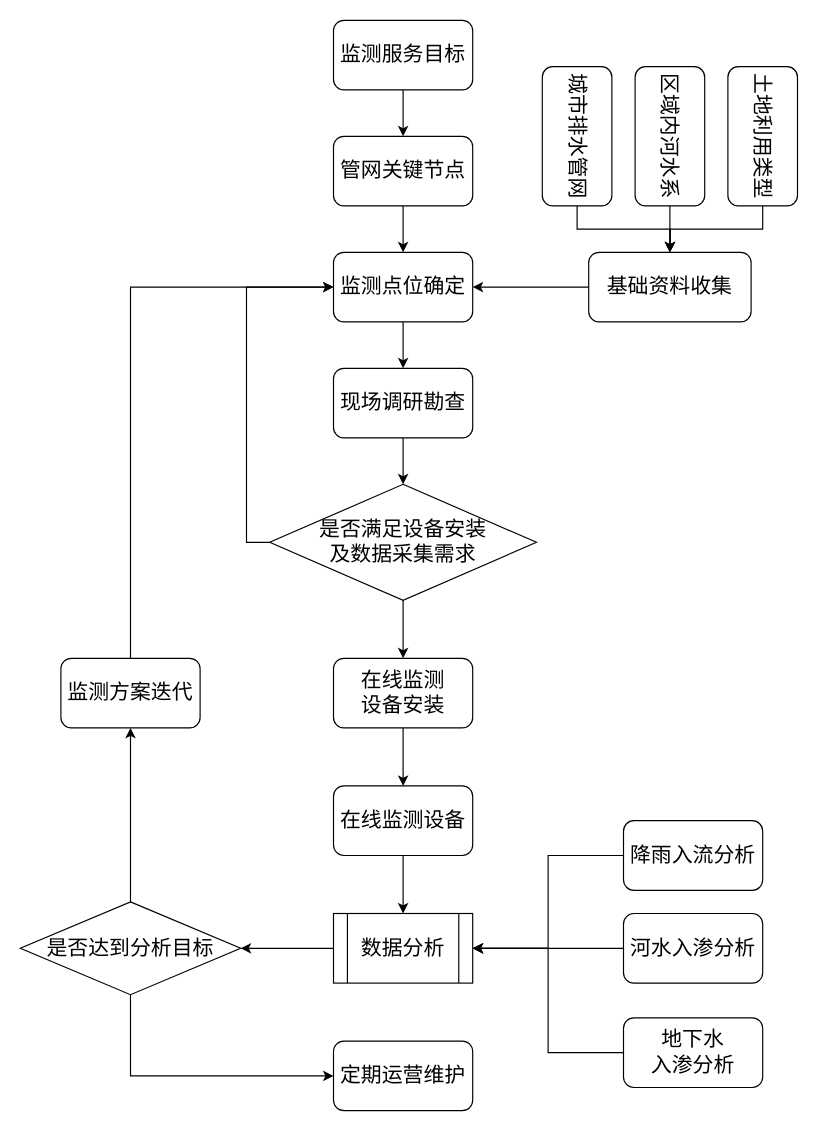
The draw.io diagram 流量平衡法技术路线.drawio in WienWong/Misc, before the edit. Source tidied: cells renumbered, new cells numbered last; positions are measured from the earlier drawing's top-left corner, leaving out a move shared by most shapes. Both pictures are drawn from the tidied source at 116%, with x=0, y=0 at pixel (20, 20).
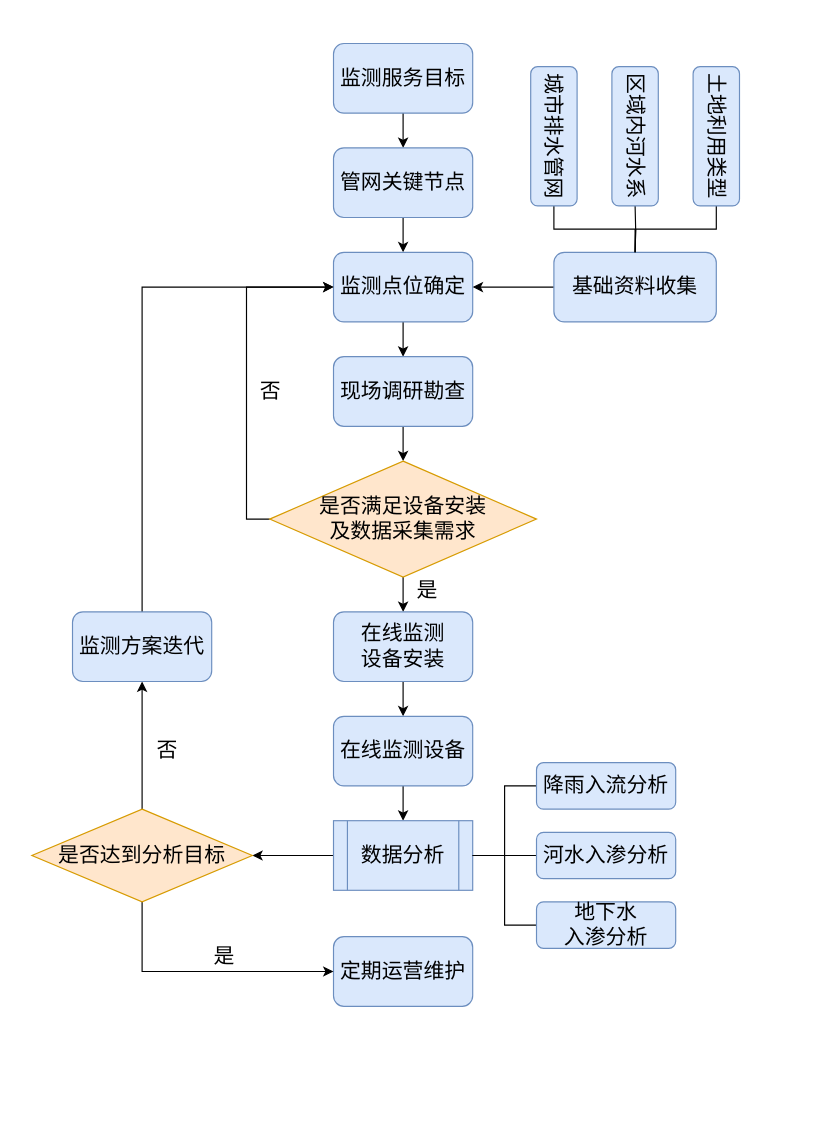
The same diagram, later.

Commit message (it also covers changes not shown here):
Update 流量平衡法技术路线.drawio

What changed in the source:
```diff
@@
-    <mxCell id="3" value="&lt;font style=&quot;font-size: 18px&quot;&gt;监测服务目标&lt;/font&gt;" style="rounded=1;whiteSpace=wrap;html=1;" parent="1" vertex="1">
-      <mxGeometry x="270" width="120" height="60" as="geometry" />
+    <mxCell id="3" value="&lt;font style=&quot;font-size: 18px&quot;&gt;监测服务目标&lt;/font&gt;" style="rounded=1;whiteSpace=wrap;html=1;fillColor=#dae8fc;strokeColor=#6c8ebf;" parent="1" vertex="1">
+      <mxGeometry x="270" y="20" width="120" height="60" as="geometry" />
     </mxCell>
@@
-    <mxCell id="5" value="&lt;font style=&quot;font-size: 18px&quot;&gt;管网关键节点&lt;/font&gt;" style="rounded=1;whiteSpace=wrap;html=1;" parent="1" vertex="1">
-      <mxGeometry x="270" y="100" width="120" height="60" as="geometry" />
+    <mxCell id="5" value="&lt;font style=&quot;font-size: 18px&quot;&gt;管网关键节点&lt;/font&gt;" style="rounded=1;whiteSpace=wrap;html=1;fillColor=#dae8fc;strokeColor=#6c8ebf;" parent="1" vertex="1">
+      <mxGeometry x="270" y="110" width="120" height="60" as="geometry" />
     </mxCell>
@@
-    <mxCell id="7" value="&lt;font style=&quot;font-size: 18px&quot;&gt;监测点位确定&lt;/font&gt;" style="rounded=1;whiteSpace=wrap;html=1;" parent="1" vertex="1">
+    <mxCell id="7" value="&lt;font style=&quot;font-size: 18px&quot;&gt;监测点位确定&lt;/font&gt;" style="rounded=1;whiteSpace=wrap;html=1;fillColor=#dae8fc;strokeColor=#6c8ebf;" parent="1" vertex="1">
       <mxGeometry x="270" y="200" width="120" height="60" as="geometry" />
     </mxCell>
@@
-    <mxCell id="9" value="&lt;font style=&quot;font-size: 18px&quot;&gt;基础资料收集&lt;/font&gt;" style="rounded=1;whiteSpace=wrap;html=1;" parent="1" vertex="1">
-      <mxGeometry x="490" y="200" width="140" height="60" as="geometry" />
+    <mxCell id="9" value="&lt;font style=&quot;font-size: 18px&quot;&gt;基础资料收集&lt;/font&gt;" style="rounded=1;whiteSpace=wrap;html=1;fillColor=#dae8fc;strokeColor=#6c8ebf;" parent="1" vertex="1">
+      <mxGeometry x="460" y="200" width="140" height="60" as="geometry" />
     </mxCell>
-    <mxCell id="10" style="edgeStyle=orthogonalEdgeStyle;rounded=0;jettySize=auto;html=1;exitX=1;exitY=0.5;exitDx=0;exitDy=0;entryX=0.5;entryY=0;entryDx=0;entryDy=0;" parent="1" edge="1" source="11" target="9">
+    <mxCell id="10" style="edgeStyle=orthogonalEdgeStyle;rounded=0;jettySize=auto;html=1;exitX=1;exitY=0.5;exitDx=0;exitDy=0;entryX=0.5;entryY=0;entryDx=0;entryDy=0;startArrow=none;startFill=0;endArrow=none;endFill=0;" parent="1" edge="1" source="11" target="9">
       <mxGeometry relative="1" as="geometry" />
     </mxCell>
-    <mxCell id="11" value="&lt;font style=&quot;font-size: 18px&quot;&gt;城市排水管网&lt;/font&gt;" style="rounded=1;whiteSpace=wrap;html=1;rotation=90;" parent="1" vertex="1">
-      <mxGeometry x="420" y="70" width="120" height="60" as="geometry" />
+    <mxCell id="11" value="&lt;font style=&quot;font-size: 18px&quot;&gt;城市排水管网&lt;/font&gt;" style="rounded=1;whiteSpace=wrap;html=1;rotation=90;fillColor=#dae8fc;strokeColor=#6c8ebf;" parent="1" vertex="1">
+      <mxGeometry x="400" y="80" width="120" height="40" as="geometry" />
     </mxCell>
-    <mxCell id="12" style="edgeStyle=orthogonalEdgeStyle;rounded=0;jettySize=auto;html=1;exitX=1;exitY=0.5;exitDx=0;exitDy=0;entryX=0.5;entryY=0;entryDx=0;entryDy=0;" parent="1" edge="1" source="13" target="9">
-      <mxGeometry relative="1" as="geometry" />
+    <mxCell id="12" style="edgeStyle=orthogonalEdgeStyle;rounded=0;jettySize=auto;html=1;exitX=1;exitY=0.5;exitDx=0;exitDy=0;entryX=0.5;entryY=0;entryDx=0;entryDy=0;startArrow=none;startFill=0;endArrow=none;endFill=0;" parent="1" edge="1" target="9">
+      <mxGeometry relative="1" as="geometry">
+        <mxPoint x="530" y="160" as="sourcePoint" />
+      </mxGeometry>
     </mxCell>
-    <mxCell id="13" value="&lt;font style=&quot;font-size: 18px&quot;&gt;区域内河水系&lt;/font&gt;" style="rounded=1;whiteSpace=wrap;html=1;rotation=90;" parent="1" vertex="1">
-      <mxGeometry x="500" y="70" width="120" height="60" as="geometry" />
-    </mxCell>
-    <mxCell id="14" style="edgeStyle=orthogonalEdgeStyle;rounded=0;jettySize=auto;html=1;exitX=1;exitY=0.5;exitDx=0;exitDy=0;" parent="1" edge="1" source="15">
-      <mxGeometry relative="1" as="geometry">
-        <mxPoint x="560" y="200" as="targetPoint" />
-      </mxGeometry>
-    </mxCell>
-    <mxCell id="15" value="&lt;font style=&quot;font-size: 18px&quot;&gt;土地利用类型&lt;/font&gt;" style="rounded=1;whiteSpace=wrap;html=1;rotation=90;" parent="1" vertex="1">
-      <mxGeometry x="580" y="70" width="120" height="60" as="geometry" />
-    </mxCell>
@@
-    <mxCell id="17" value="&lt;font style=&quot;font-size: 18px&quot;&gt;现场调研勘查&lt;/font&gt;" style="rounded=1;whiteSpace=wrap;html=1;" parent="1" vertex="1">
-      <mxGeometry x="270" y="300" width="120" height="60" as="geometry" />
+    <mxCell id="17" value="&lt;font style=&quot;font-size: 18px&quot;&gt;现场调研勘查&lt;/font&gt;" style="rounded=1;whiteSpace=wrap;html=1;fillColor=#dae8fc;strokeColor=#6c8ebf;" parent="1" vertex="1">
+      <mxGeometry x="270" y="290" width="120" height="60" as="geometry" />
     </mxCell>
@@
-    <mxCell id="20" value="&lt;font style=&quot;font-size: 18px&quot;&gt;是否满足设备安装&lt;br&gt;及数据采集需求&lt;/font&gt;" style="rhombus;whiteSpace=wrap;html=1;" parent="1" vertex="1">
-      <mxGeometry x="215" y="400" width="230" height="100" as="geometry" />
+    <mxCell id="20" value="&lt;font style=&quot;font-size: 18px&quot;&gt;是否满足设备安装&lt;br&gt;及数据采集需求&lt;/font&gt;" style="rhombus;whiteSpace=wrap;html=1;fillColor=#ffe6cc;strokeColor=#d79b00;" parent="1" vertex="1">
+      <mxGeometry x="215" y="380" width="230" height="100" as="geometry" />
     </mxCell>
@@
-    <mxCell id="22" value="&lt;font style=&quot;font-size: 18px&quot;&gt;在线监测&lt;br&gt;设备安装&lt;/font&gt;" style="rounded=1;whiteSpace=wrap;html=1;" parent="1" vertex="1">
-      <mxGeometry x="270" y="550" width="120" height="60" as="geometry" />
+    <mxCell id="22" value="&lt;font style=&quot;font-size: 18px&quot;&gt;在线监测&lt;br&gt;设备安装&lt;/font&gt;" style="rounded=1;whiteSpace=wrap;html=1;fillColor=#dae8fc;strokeColor=#6c8ebf;" parent="1" vertex="1">
+      <mxGeometry x="270" y="510" width="120" height="60" as="geometry" />
     </mxCell>
@@
-    <mxCell id="24" value="&lt;font style=&quot;font-size: 18px&quot;&gt;在线监测设备&lt;br&gt;&lt;/font&gt;" style="rounded=1;whiteSpace=wrap;html=1;" parent="1" vertex="1">
-      <mxGeometry x="270" y="660" width="120" height="60" as="geometry" />
+    <mxCell id="24" value="&lt;font style=&quot;font-size: 18px&quot;&gt;在线监测设备&lt;br&gt;&lt;/font&gt;" style="rounded=1;whiteSpace=wrap;html=1;fillColor=#dae8fc;strokeColor=#6c8ebf;" parent="1" vertex="1">
+      <mxGeometry x="270" y="600" width="120" height="60" as="geometry" />
     </mxCell>
@@
-    <mxCell id="26" value="&lt;font style=&quot;font-size: 18px&quot;&gt;数据分析&lt;/font&gt;" style="shape=process;whiteSpace=wrap;html=1;backgroundOutline=1;" parent="1" vertex="1">
-      <mxGeometry x="270" y="770" width="120" height="60" as="geometry" />
+    <mxCell id="26" value="&lt;font style=&quot;font-size: 18px&quot;&gt;数据分析&lt;/font&gt;" style="shape=process;whiteSpace=wrap;html=1;backgroundOutline=1;fillColor=#dae8fc;strokeColor=#6c8ebf;" parent="1" vertex="1">
+      <mxGeometry x="270" y="690" width="120" height="60" as="geometry" />
     </mxCell>
+    <mxCell id="33" value="&lt;font style=&quot;font-size: 18px&quot;&gt;定期运营维护&lt;br&gt;&lt;/font&gt;" style="rounded=1;whiteSpace=wrap;html=1;fillColor=#dae8fc;strokeColor=#6c8ebf;" parent="1" vertex="1">
+      <mxGeometry x="270" y="790" width="120" height="60" as="geometry" />
+    </mxCell>
+    <mxCell id="34" style="edgeStyle=orthogonalEdgeStyle;rounded=0;jettySize=auto;html=1;exitX=0.5;exitY=1;exitDx=0;exitDy=0;entryX=0;entryY=0.5;entryDx=0;entryDy=0;" parent="1" edge="1" source="36" target="33">
+      <mxGeometry relative="1" as="geometry" />
+    </mxCell>
+    <mxCell id="35" style="edgeStyle=orthogonalEdgeStyle;rounded=0;jettySize=auto;html=1;exitX=0.5;exitY=0;exitDx=0;exitDy=0;" parent="1" edge="1" source="36" target="38">
+      <mxGeometry relative="1" as="geometry" />
+    </mxCell>
+    <mxCell id="36" value="&lt;font style=&quot;font-size: 18px&quot;&gt;是否达到分析目标&lt;/font&gt;" style="rhombus;whiteSpace=wrap;html=1;fillColor=#ffe6cc;strokeColor=#d79b00;" parent="1" vertex="1">
+      <mxGeometry x="10" y="680" width="190" height="80" as="geometry" />
+    </mxCell>
+    <mxCell id="37" style="edgeStyle=orthogonalEdgeStyle;rounded=0;jettySize=auto;html=1;exitX=0.5;exitY=0;exitDx=0;exitDy=0;entryX=0;entryY=0.5;entryDx=0;entryDy=0;" parent="1" edge="1" source="38" target="7">
+      <mxGeometry relative="1" as="geometry" />
+    </mxCell>
+    <mxCell id="38" value="&lt;font style=&quot;font-size: 18px&quot;&gt;监测方案迭代&lt;br&gt;&lt;/font&gt;" style="rounded=1;whiteSpace=wrap;html=1;fillColor=#dae8fc;strokeColor=#6c8ebf;" parent="1" vertex="1">
+      <mxGeometry x="45" y="510" width="120" height="60" as="geometry" />
+    </mxCell>
+    <mxCell id="39" value="&lt;font style=&quot;font-size: 18px&quot;&gt;否&lt;/font&gt;" style="text;html=1;strokeColor=none;fillColor=none;align=center;verticalAlign=middle;whiteSpace=wrap;rounded=0;" parent="1" vertex="1">
+      <mxGeometry x="107" y="620" width="40" height="20" as="geometry" />
+    </mxCell>
+    <mxCell id="40" value="&lt;font style=&quot;font-size: 18px&quot;&gt;否&lt;/font&gt;" style="text;html=1;strokeColor=none;fillColor=none;align=center;verticalAlign=middle;whiteSpace=wrap;rounded=0;" parent="1" vertex="1">
+      <mxGeometry x="196" y="310" width="40" height="20" as="geometry" />
+    </mxCell>
+    <mxCell id="41" value="&lt;font style=&quot;font-size: 18px&quot;&gt;是&lt;/font&gt;" style="text;html=1;strokeColor=none;fillColor=none;align=center;verticalAlign=middle;whiteSpace=wrap;rounded=0;" parent="1" vertex="1">
+      <mxGeometry x="156" y="797" width="40" height="20" as="geometry" />
+    </mxCell>
+    <mxCell id="42" value="&lt;font style=&quot;font-size: 18px&quot;&gt;是&lt;/font&gt;" style="text;html=1;strokeColor=none;fillColor=none;align=center;verticalAlign=middle;whiteSpace=wrap;rounded=0;" parent="1" vertex="1">
+      <mxGeometry x="331" y="482" width="40" height="20" as="geometry" />
+    </mxCell>
+    <mxCell id="13" value="&lt;font style=&quot;font-size: 18px&quot;&gt;区域内河水系&lt;br&gt;&lt;/font&gt;" style="rounded=1;whiteSpace=wrap;html=1;rotation=90;fillColor=#dae8fc;strokeColor=#6c8ebf;" parent="1" vertex="1">
+      <mxGeometry x="470" y="80" width="120" height="40" as="geometry" />
+    </mxCell>
+    <mxCell id="43" style="edgeStyle=orthogonalEdgeStyle;rounded=0;jettySize=auto;html=1;exitX=1;exitY=0.5;exitDx=0;exitDy=0;startArrow=none;startFill=0;endArrow=none;endFill=0;" parent="1" edge="1" source="15">
+      <mxGeometry relative="1" as="geometry">
+        <mxPoint x="530" y="200" as="targetPoint" />
+      </mxGeometry>
+    </mxCell>
+    <mxCell id="15" value="&lt;font style=&quot;font-size: 18px&quot;&gt;土地利用类型&lt;br&gt;&lt;/font&gt;" style="rounded=1;whiteSpace=wrap;html=1;rotation=90;fillColor=#dae8fc;strokeColor=#6c8ebf;" parent="1" vertex="1">
+      <mxGeometry x="540" y="80" width="120" height="40" as="geometry" />
+    </mxCell>
-    <mxCell id="27" style="edgeStyle=orthogonalEdgeStyle;rounded=0;jettySize=auto;html=1;exitX=0;exitY=0.5;exitDx=0;exitDy=0;entryX=1;entryY=0.5;entryDx=0;entryDy=0;" parent="1" edge="1" source="28" target="26">
+    <mxCell id="27" style="edgeStyle=orthogonalEdgeStyle;rounded=0;jettySize=auto;html=1;exitX=0;exitY=0.5;exitDx=0;exitDy=0;entryX=1;entryY=0.5;entryDx=0;entryDy=0;endArrow=none;endFill=0;" parent="1" edge="1" source="28" target="26">
       <mxGeometry relative="1" as="geometry" />
     </mxCell>
-    <mxCell id="28" value="&lt;font style=&quot;font-size: 18px&quot;&gt;降雨入流分析&lt;br&gt;&lt;/font&gt;" style="rounded=1;whiteSpace=wrap;html=1;" parent="1" vertex="1">
-      <mxGeometry x="520" y="690" width="120" height="60" as="geometry" />
+    <mxCell id="28" value="&lt;span style=&quot;font-size: 18px&quot;&gt;降雨入流分析&lt;/span&gt;" style="rounded=1;whiteSpace=wrap;html=1;rotation=0;fillColor=#dae8fc;strokeColor=#6c8ebf;" parent="1" vertex="1">
+      <mxGeometry x="445" y="640" width="120" height="40" as="geometry" />
     </mxCell>
-    <mxCell id="29" style="edgeStyle=orthogonalEdgeStyle;rounded=0;jettySize=auto;html=1;exitX=0;exitY=0.5;exitDx=0;exitDy=0;entryX=1;entryY=0.5;entryDx=0;entryDy=0;" parent="1" edge="1" source="30" target="26">
+    <mxCell id="29" style="edgeStyle=orthogonalEdgeStyle;rounded=0;jettySize=auto;html=1;exitX=0;exitY=0.5;exitDx=0;exitDy=0;endArrow=none;endFill=0;" parent="1" edge="1" source="30" target="26">
       <mxGeometry relative="1" as="geometry" />
     </mxCell>
-    <mxCell id="30" value="&lt;font style=&quot;font-size: 18px&quot;&gt;河水入渗分析&lt;br&gt;&lt;/font&gt;" style="rounded=1;whiteSpace=wrap;html=1;" parent="1" vertex="1">
-      <mxGeometry x="520" y="770" width="120" height="60" as="geometry" />
+    <mxCell id="30" value="&lt;span style=&quot;font-size: 18px&quot;&gt;河水入渗分析&lt;/span&gt;" style="rounded=1;whiteSpace=wrap;html=1;rotation=0;fillColor=#dae8fc;strokeColor=#6c8ebf;" parent="1" vertex="1">
+      <mxGeometry x="445" y="700" width="120" height="40" as="geometry" />
     </mxCell>
-    <mxCell id="31" style="edgeStyle=orthogonalEdgeStyle;rounded=0;jettySize=auto;html=1;exitX=0;exitY=0.5;exitDx=0;exitDy=0;entryX=1;entryY=0.5;entryDx=0;entryDy=0;" parent="1" edge="1" source="32" target="26">
+    <mxCell id="31" style="edgeStyle=orthogonalEdgeStyle;rounded=0;jettySize=auto;html=1;exitX=0;exitY=0.5;exitDx=0;exitDy=0;entryX=1;entryY=0.5;entryDx=0;entryDy=0;endArrow=none;endFill=0;" parent="1" edge="1" source="32" target="26">
       <mxGeometry relative="1" as="geometry" />
     </mxCell>
-    <mxCell id="32" value="&lt;font style=&quot;font-size: 18px&quot;&gt;地下水&lt;br&gt;入渗分析&lt;br&gt;&lt;/font&gt;" style="rounded=1;whiteSpace=wrap;html=1;" parent="1" vertex="1">
-      <mxGeometry x="520" y="860" width="120" height="60" as="geometry" />
+    <mxCell id="32" value="&lt;span style=&quot;font-size: 18px&quot;&gt;地下水&lt;br&gt;入渗分析&lt;/span&gt;" style="rounded=1;whiteSpace=wrap;html=1;rotation=0;fillColor=#dae8fc;strokeColor=#6c8ebf;" parent="1" vertex="1">
+      <mxGeometry x="445" y="760" width="120" height="40" as="geometry" />
     </mxCell>
-    <mxCell id="33" value="&lt;font style=&quot;font-size: 18px&quot;&gt;定期运营维护&lt;br&gt;&lt;/font&gt;" style="rounded=1;whiteSpace=wrap;html=1;" parent="1" vertex="1">
-      <mxGeometry x="270" y="880" width="120" height="60" as="geometry" />
-    </mxCell>
-    <mxCell id="34" style="edgeStyle=orthogonalEdgeStyle;rounded=0;jettySize=auto;html=1;exitX=0.5;exitY=1;exitDx=0;exitDy=0;entryX=0;entryY=0.5;entryDx=0;entryDy=0;" parent="1" edge="1" source="36" target="33">
-      <mxGeometry relative="1" as="geometry" />
-    </mxCell>
-    <mxCell id="35" style="edgeStyle=orthogonalEdgeStyle;rounded=0;jettySize=auto;html=1;exitX=0.5;exitY=0;exitDx=0;exitDy=0;" parent="1" edge="1" source="36" target="38">
-      <mxGeometry relative="1" as="geometry" />
-    </mxCell>
-    <mxCell id="36" value="&lt;font style=&quot;font-size: 18px&quot;&gt;是否达到分析目标&lt;/font&gt;" style="rhombus;whiteSpace=wrap;html=1;" parent="1" vertex="1">
-      <mxGeometry y="760" width="190" height="80" as="geometry" />
-    </mxCell>
-    <mxCell id="37" style="edgeStyle=orthogonalEdgeStyle;rounded=0;jettySize=auto;html=1;exitX=0.5;exitY=0;exitDx=0;exitDy=0;entryX=0;entryY=0.5;entryDx=0;entryDy=0;" parent="1" edge="1" source="38" target="7">
-      <mxGeometry relative="1" as="geometry" />
-    </mxCell>
-    <mxCell id="38" value="&lt;font style=&quot;font-size: 18px&quot;&gt;监测方案迭代&lt;br&gt;&lt;/font&gt;" style="rounded=1;whiteSpace=wrap;html=1;" parent="1" vertex="1">
-      <mxGeometry x="35" y="550" width="120" height="60" as="geometry" />
-    </mxCell>
```
